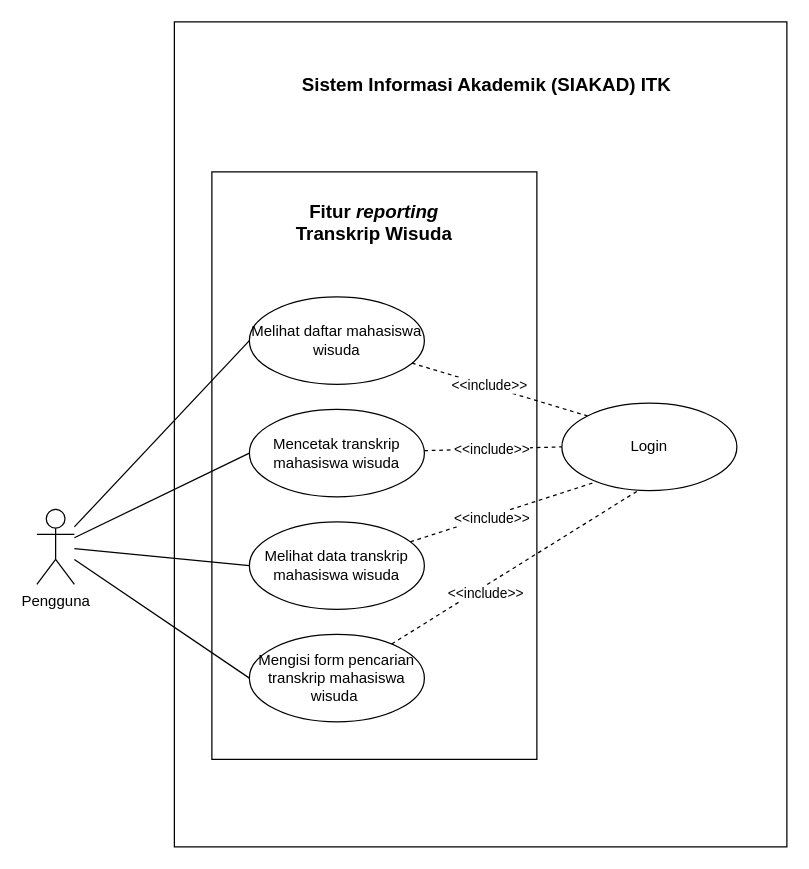
Earlier version of the draw.io diagram page "UseCase" (11 of 13) of SIAKAD ERD.drawio (RidhoAnshory/drawiocloud). Source tidied: cells renumbered, new cells numbered last; positions are measured from the earlier drawing's top-left corner, leaving out a move shared by most shapes. Both pictures are drawn from the tidied source at 125%, with x=0, y=0 at pixel (36, 21).
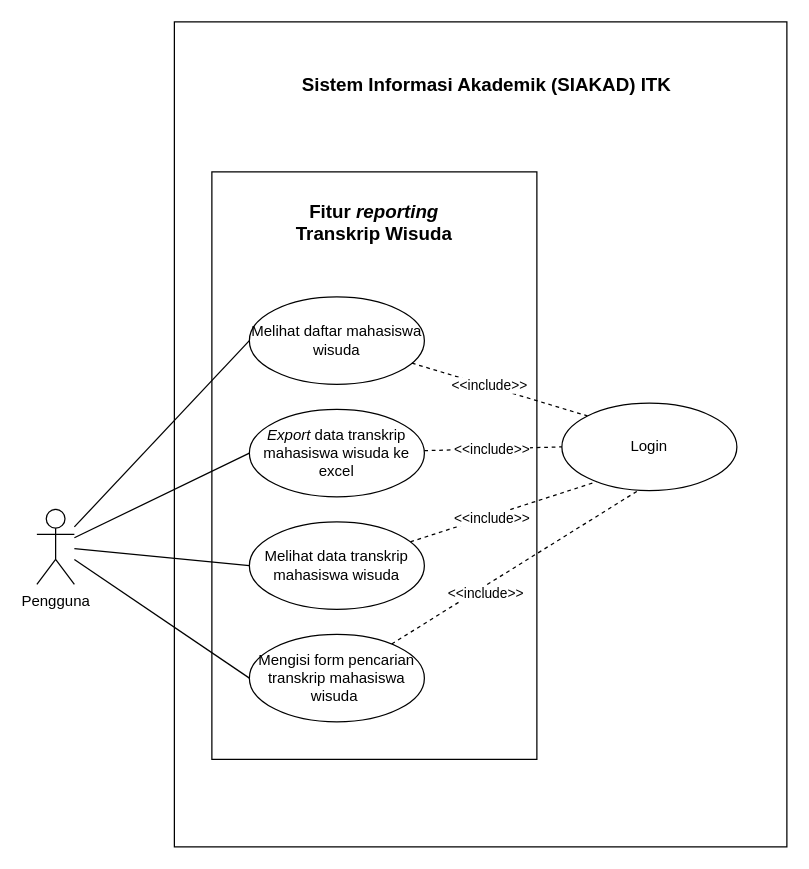
The same diagram, later.

The edit, as a diff of the source:
```diff
@@
-    <mxCell id="13" value="Mencetak transkrip mahasiswa wisuda" style="ellipse;whiteSpace=wrap;html=1;" parent="1" vertex="1">
+    <mxCell id="13" value="&lt;i&gt;Export&lt;/i&gt;&amp;nbsp;data transkrip mahasiswa wisuda ke excel" style="ellipse;whiteSpace=wrap;html=1;" parent="1" vertex="1">
       <mxGeometry x="170" y="310" width="140" height="70" as="geometry" />
     </mxCell>
```
